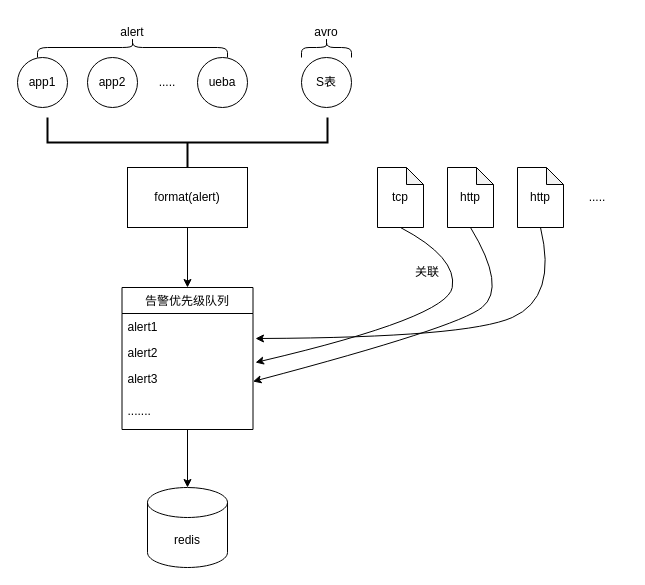
This is Untitled Diagram.drawio from lyc1562512693/lyc, a draw.io file, before an edit. Source tidied: cells renumbered, new cells numbered last; positions are measured from the earlier drawing's top-left corner, leaving out a move shared by most shapes. Both pictures are drawn from the tidied source at 100%, with x=0, y=0 at pixel (17, 17).
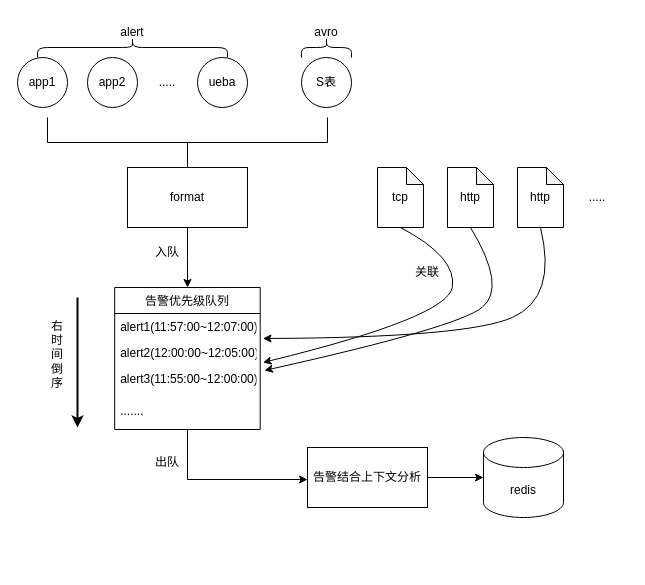
The same diagram, later.

The change refers to these unchanged cells:
```xml
<mxCell id="8" value="http" style="shape=note;whiteSpace=wrap;html=1;backgroundOutline=1;darkOpacity=0.05;size=17;" parent="1" vertex="1">
  <mxGeometry x="430" y="150" width="46" height="60" as="geometry" />
</mxCell>
```

Diff of the diagram source:
```diff
@@
     <mxCell id="2" value="告警优先级队列" style="swimlane;fontStyle=0;horizontal=1;startSize=26;fillColor=none;" parent="1" vertex="1">
-      <mxGeometry x="104.5" y="270" width="131" height="142" as="geometry" />
+      <mxGeometry x="97.2" y="270" width="145.5" height="142" as="geometry" />
     </mxCell>
-    <mxCell id="3" value="alert1" style="text;strokeColor=none;fillColor=none;align=left;verticalAlign=top;spacingLeft=4;spacingRight=4;overflow=hidden;" parent="2" vertex="1">
-      <mxGeometry y="26" width="131" height="26" as="geometry" />
+    <mxCell id="3" value="alert1(11:57:00~12:07:00)" style="text;strokeColor=none;fillColor=none;align=left;verticalAlign=top;spacingLeft=4;spacingRight=4;overflow=hidden;" parent="2" vertex="1">
+      <mxGeometry y="26" width="145.5" height="26" as="geometry" />
     </mxCell>
-    <mxCell id="4" value="alert2" style="text;strokeColor=none;fillColor=none;align=left;verticalAlign=top;spacingLeft=4;spacingRight=4;overflow=hidden;points=[[0,0.5],[1,0.5]];portConstraint=eastwest;" parent="2" vertex="1">
-      <mxGeometry y="52" width="131" height="26" as="geometry" />
+    <mxCell id="4" value="alert2(12:00:00~12:05:00)" style="text;strokeColor=none;fillColor=none;align=left;verticalAlign=top;spacingLeft=4;spacingRight=4;overflow=hidden;points=[[0,0.5],[1,0.5]];portConstraint=eastwest;" parent="2" vertex="1">
+      <mxGeometry y="52" width="145.5" height="26" as="geometry" />
     </mxCell>
-    <mxCell id="5" value="alert3" style="text;strokeColor=none;fillColor=none;align=left;verticalAlign=top;spacingLeft=4;spacingRight=4;overflow=hidden;points=[[0,0.5],[1,0.5]];portConstraint=eastwest;" parent="2" vertex="1">
-      <mxGeometry y="78" width="131" height="32" as="geometry" />
+    <mxCell id="5" value="alert3(11:55:00~12:00:00)" style="text;strokeColor=none;fillColor=none;align=left;verticalAlign=top;spacingLeft=4;spacingRight=4;overflow=hidden;points=[[0,0.5],[1,0.5]];portConstraint=eastwest;" parent="2" vertex="1">
+      <mxGeometry y="78" width="145.5" height="32" as="geometry" />
     </mxCell>
     <mxCell id="6" value="......." style="text;strokeColor=none;fillColor=none;align=left;verticalAlign=top;spacingLeft=4;spacingRight=4;overflow=hidden;points=[[0,0.5],[1,0.5]];portConstraint=eastwest;" parent="2" vertex="1">
-      <mxGeometry y="110" width="131" height="32" as="geometry" />
+      <mxGeometry y="110" width="145.5" height="32" as="geometry" />
     </mxCell>
@@
-    <mxCell id="19" style="strokeWidth=2;html=1;shape=mxgraph.flowchart.annotation_2;align=left;labelPosition=right;direction=north;" parent="1" vertex="1">
+    <mxCell id="19" style="strokeWidth=1;html=1;shape=mxgraph.flowchart.annotation_2;align=left;labelPosition=right;direction=north;" parent="1" vertex="1">
       <mxGeometry x="30" y="100" width="280" height="50" as="geometry" />
     </mxCell>
@@
-    <mxCell id="22" style="edgeStyle=orthogonalEdgeStyle;rounded=0;jettySize=auto;html=1;exitX=0.5;exitY=1;exitDx=0;exitDy=0;shadow=0;" parent="1" edge="1" source="23" target="2">
+    <mxCell id="22" style="edgeStyle=orthogonalEdgeStyle;rounded=0;jettySize=auto;html=1;exitX=0.5;exitY=1;exitDx=0;exitDy=0;shadow=0;strokeWidth=1;" parent="1" edge="1" source="23" target="2">
       <mxGeometry relative="1" as="geometry" />
     </mxCell>
-    <mxCell id="23" value="format(alert)" style="rounded=0;whiteSpace=wrap;html=1;" parent="1" vertex="1">
+    <mxCell id="23" value="format" style="rounded=0;whiteSpace=wrap;html=1;" parent="1" vertex="1">
       <mxGeometry x="110" y="150" width="120" height="60" as="geometry" />
     </mxCell>
@@
-    <mxCell id="26" style="curved=1;endArrow=classic;html=1;rounded=0;shadow=0;exitX=0.5;exitY=1;exitDx=0;exitDy=0;exitPerimeter=0;entryX=1;entryY=0.5;entryDx=0;entryDy=0;" parent="1" edge="1" source="8" target="5">
+    <mxCell id="26" style="curved=1;endArrow=classic;html=1;rounded=0;shadow=0;exitX=0.5;exitY=1;exitDx=0;exitDy=0;exitPerimeter=0;entryX=1.029;entryY=0.156;entryDx=0;entryDy=0;entryPerimeter=0;" parent="1" edge="1" source="8" target="5">
       <mxGeometry relative="1" as="geometry">
         <Array as="points">
           <mxPoint x="489.5" y="270" />
           <mxPoint x="439.5" y="310" />
         </Array>
       </mxGeometry>
     </mxCell>
@@
-    <mxCell id="29" style="endArrow=classic;html=1;rounded=0;shadow=0;" parent="1" edge="1" source="6">
-      <mxGeometry relative="1" as="geometry">
-        <mxPoint x="170" y="470" as="targetPoint" />
-      </mxGeometry>
-    </mxCell>
     <mxCell id="30" value="redis" style="shape=cylinder3;whiteSpace=wrap;html=1;boundedLbl=1;backgroundOutline=1;size=15;" parent="1" vertex="1">
-      <mxGeometry x="130" y="470" width="80" height="80" as="geometry" />
+      <mxGeometry x="466" y="420" width="80" height="80" as="geometry" />
     </mxCell>
+    <mxCell id="31" style="endArrow=classic;html=1;rounded=0;shadow=0;strokeWidth=2;" parent="1" edge="1">
+      <mxGeometry relative="1" as="geometry">
+        <mxPoint x="60" y="280" as="sourcePoint" />
+        <mxPoint x="60" y="410" as="targetPoint" />
+      </mxGeometry>
+    </mxCell>
+    <mxCell id="32" value="右&lt;br&gt;时&lt;br&gt;间&lt;br&gt;倒&lt;br&gt;序" style="text;html=1;strokeColor=none;fillColor=none;align=center;verticalAlign=middle;whiteSpace=wrap;rounded=0;rotation=0;" parent="1" vertex="1">
+      <mxGeometry x="10" y="322" width="60" height="30" as="geometry" />
+    </mxCell>
+    <mxCell id="33" style="edgeStyle=segmentEdgeStyle;endArrow=classic;html=1;rounded=0;shadow=0;strokeWidth=1;" parent="1" edge="1">
+      <mxGeometry relative="1" as="geometry">
+        <mxPoint x="170" y="412" as="sourcePoint" />
+        <mxPoint x="290" y="462" as="targetPoint" />
+        <Array as="points">
+          <mxPoint x="170" y="462" />
+        </Array>
+      </mxGeometry>
+    </mxCell>
+    <mxCell id="34" value="告警结合上下文分析" style="rounded=0;whiteSpace=wrap;html=1;strokeWidth=1;" parent="1" vertex="1">
+      <mxGeometry x="290" y="430" width="120" height="60" as="geometry" />
+    </mxCell>
+    <mxCell id="35" style="endArrow=classic;html=1;rounded=0;shadow=0;strokeWidth=1;entryX=0;entryY=0.5;entryDx=0;entryDy=0;entryPerimeter=0;exitX=1;exitY=0.5;exitDx=0;exitDy=0;" parent="1" edge="1" source="34" target="30">
+      <mxGeometry relative="1" as="geometry" />
+    </mxCell>
+    <mxCell id="36" value="入队" style="text;html=1;strokeColor=none;fillColor=none;align=center;verticalAlign=middle;whiteSpace=wrap;rounded=0;" parent="1" vertex="1">
+      <mxGeometry x="120" y="220" width="60" height="30" as="geometry" />
+    </mxCell>
+    <mxCell id="37" value="出队" style="text;html=1;strokeColor=none;fillColor=none;align=center;verticalAlign=middle;whiteSpace=wrap;rounded=0;" parent="1" vertex="1">
+      <mxGeometry x="120" y="430" width="60" height="30" as="geometry" />
+    </mxCell>
```
